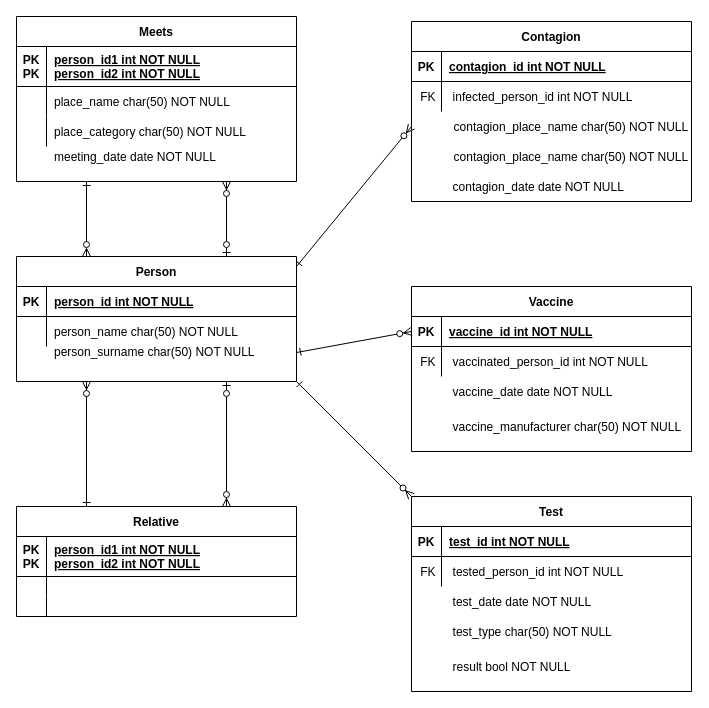
Before: relational_model_covid_diagram.drawio in bohbohb/COVID-19-Neo4j, a draw.io diagram. Source tidied: cells renumbered, new cells numbered last; positions are measured from the earlier drawing's top-left corner, leaving out a move shared by most shapes. Both pictures are drawn from the tidied source at 100%, with x=0, y=0 at pixel (16, 16).
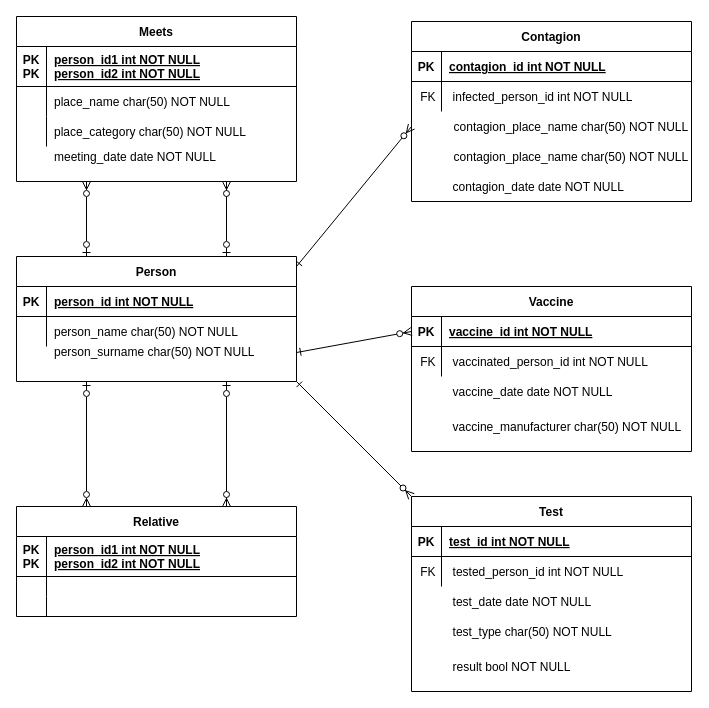
After the change.

The change refers to these unchanged cells:
```xml
<mxCell id="3" value="Meets" style="shape=table;startSize=30;childLayout=tableLayout;rowLines=0;fontStyle=1;align=center;" parent="1" vertex="1">
  <mxGeometry width="280" height="165" as="geometry" />
</mxCell>
<mxCell id="13" value="Person" style="shape=table;startSize=30;childLayout=tableLayout;rowLines=0;fontStyle=1;align=center;" parent="1" vertex="1">
  <mxGeometry y="240" width="280" height="125" as="geometry" />
</mxCell>
<mxCell id="21" value="Relative" style="shape=table;startSize=30;childLayout=tableLayout;rowLines=0;fontStyle=1;align=center;" parent="1" vertex="1">
  <mxGeometry y="490" width="280" height="110" as="geometry" />
</mxCell>
```

Diff of the diagram source:
```diff
@@
-    <mxCell id="35" style="endArrow=ERzeroToMany;startArrow=ERone;endFill=1;startFill=0;entryX=0.25;entryY=1;entryDx=0;entryDy=0;exitX=0.25;exitY=0;exitDx=0;exitDy=0;" parent="1" edge="1" source="21" target="13">
+    <mxCell id="35" style="endArrow=ERzeroToOne;startArrow=ERzeroToMany;endFill=0;startFill=0;entryX=0.25;entryY=1;entryDx=0;entryDy=0;exitX=0.25;exitY=0;exitDx=0;exitDy=0;" parent="1" edge="1" source="21" target="13">
       <mxGeometry relative="1" as="geometry" />
     </mxCell>
-    <mxCell id="36" style="endArrow=ERzeroToMany;startArrow=ERone;endFill=1;startFill=0;exitX=0.25;exitY=1;exitDx=0;exitDy=0;entryX=0.25;entryY=0;entryDx=0;entryDy=0;" parent="1" edge="1" source="3" target="13">
+    <mxCell id="36" style="endArrow=ERzeroToOne;startArrow=ERzeroToMany;endFill=0;startFill=0;exitX=0.25;exitY=1;exitDx=0;exitDy=0;entryX=0.25;entryY=0;entryDx=0;entryDy=0;" parent="1" edge="1" source="3" target="13">
       <mxGeometry relative="1" as="geometry" />
     </mxCell>
```
